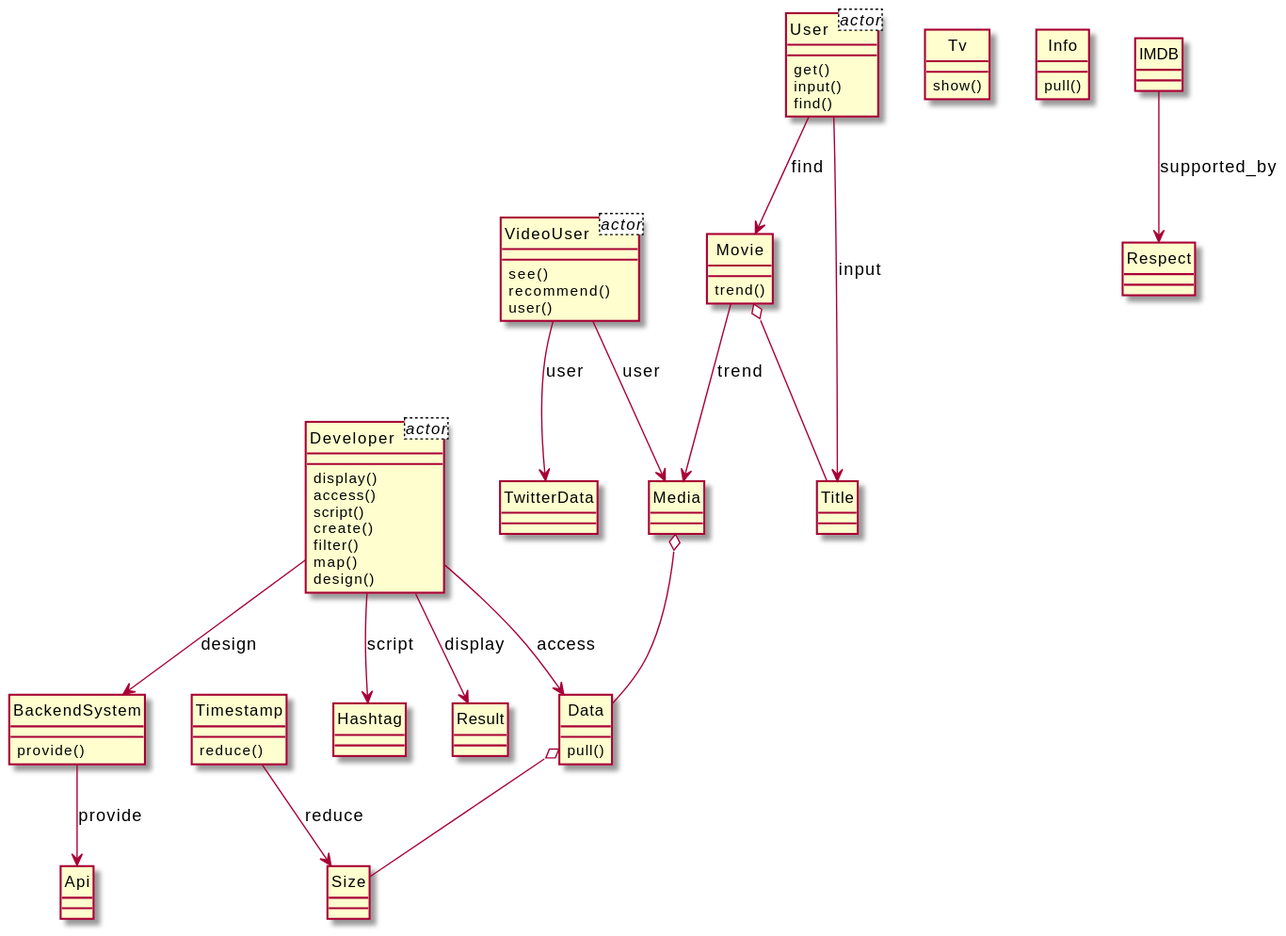
Above: output/diagram_5/2019-USC-Project10.svg in xixixhalu/DomainModelExtractor (PlantUML), before the change.
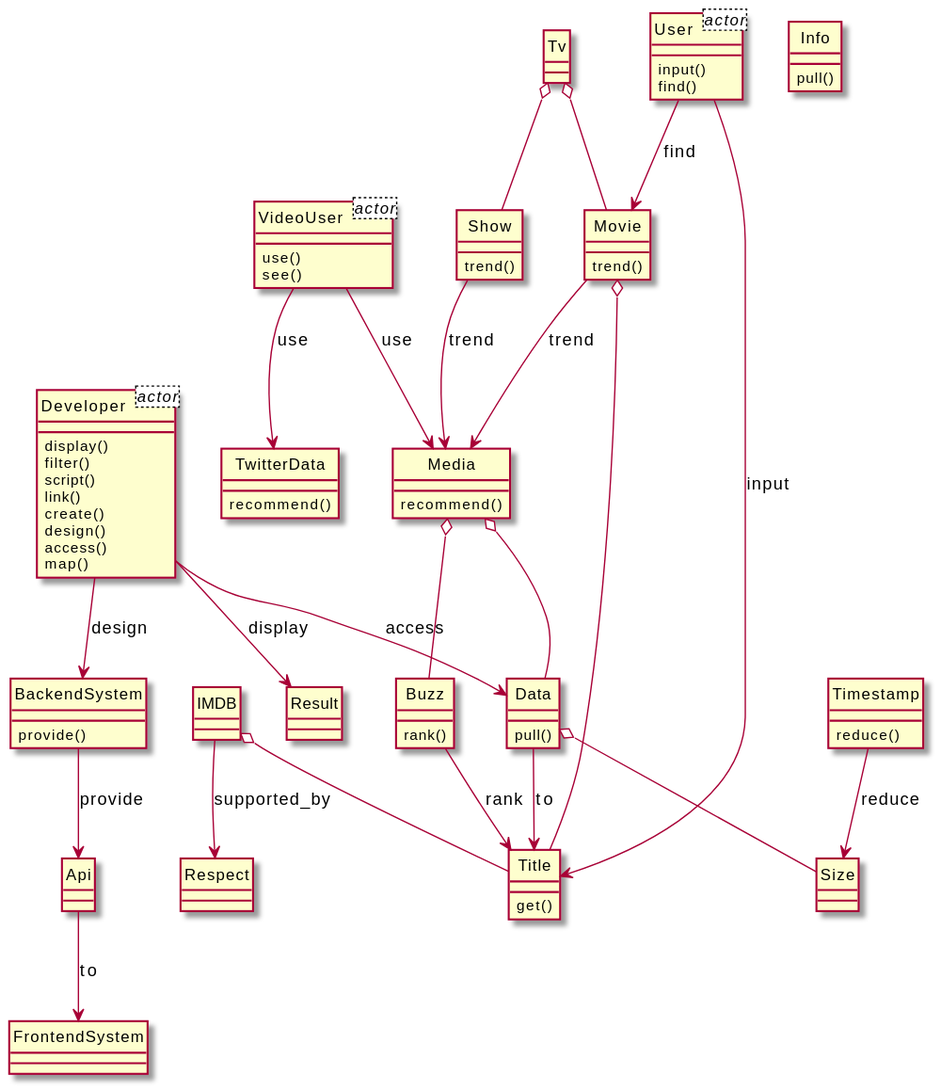
The same file after the commit.

Diff of the diagram source:
```diff
@@ -6,74 +6,88 @@
 }
 class VideoUser<actor> {
 }
+class Title {
+	get()
+}
+class Tv {
+}
+class Show {
+	trend()
+}
+class Buzz {
+	rank()
+}
 class Size {
 }
-class Title {
-}
-class VideoUser {
-	see()
+class TwitterData {
 	recommend()
-	user()
-}
-class Media {
 }
 class Developer {
 	display()
+	filter()
+	script()
+	link()
+	create()
+	design()
 	access()
-	script()
-	create()
-	filter()
 	map()
-	design()
 }
-class Result {
+class VideoUser {
+	use()
+	see()
 }
-class TwitterData {
-}
-class Movie {
-	trend()
+class Media {
+	recommend()
 }
 class Data {
+	pull()
+}
+class Info {
 	pull()
 }
 class BackendSystem {
 	provide()
 }
-class Api {
-}
-class Hashtag {
-}
 class User {
-	get()
 	input()
 	find()
 }
-class Tv {
-	show()
+class Movie {
+	trend()
 }
-class Info {
-	pull()
+class Api {
 }
 class Timestamp {
 	reduce()
+}
+class Result {
+}
+class FrontendSystem {
 }
 class IMDB {
 }
 class Respect {
 }
+IMDB o-- Title
+Media o-- Data
+Tv o-- Movie
+User --> Title : input
+Data o-- Size
+Developer --> BackendSystem : design
+Movie o-- Title
+Buzz --> Title : rank
+VideoUser --> TwitterData : use
+Tv o-- Show
+Data --> Title : to
+Show --> Media : trend
+Media o-- Buzz
+User --> Movie : find
+VideoUser --> Media : use
+BackendSystem --> Api : provide
+Api --> FrontendSystem : to
+Developer --> Data : access
+Movie --> Media : trend
 Timestamp --> Size : reduce
-VideoUser --> TwitterData : user
-VideoUser --> Media : user
-Data o-- Size
-Movie --> Media : trend
-Developer --> BackendSystem : design
+Developer --> Result : display
 IMDB --> Respect : supported_by
-Developer --> Hashtag : script
-User --> Title : input
-Developer --> Result : display
-User --> Movie : find
-Media o-- Data
-Developer --> Data : access
-BackendSystem --> Api : provide
-Movie o-- Title
 @enduml
```
